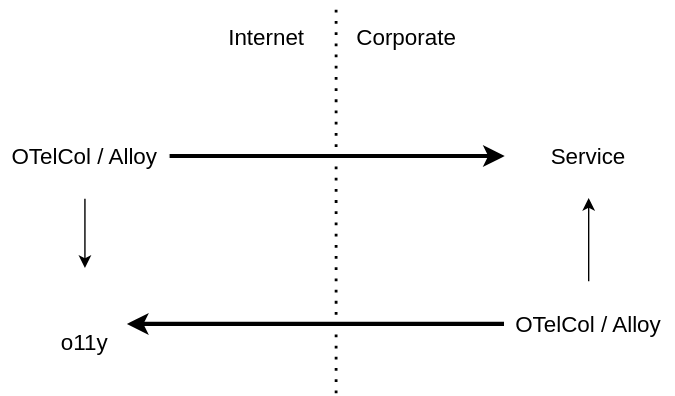
nicholasdille/container-slides keeps this draw.io diagram as 180_observability/030_data/firewall.drawio.svg. Above is the earlier version. Source tidied: cells renumbered, new cells last; positions are measured from the earlier drawing's top-left corner, leaving out a move shared by most shapes. Its diagram source:
```xml
<mxGraphModel>
  <root>
    <mxCell id="0" />
    <mxCell id="1" parent="0" />
    <mxCell id="2" value="Service" style="rounded=1;whiteSpace=wrap;html=1;roundedPerimeter=1;fillColor=none;strokeColor=light-dark(#FFFFFF,#FFFFFF);fontSize=16;" parent="1" vertex="1">
      <mxGeometry x="360" y="80" width="120" height="60" as="geometry" />
    </mxCell>
    <mxCell id="3" value="o11y" style="shape=cylinder3;whiteSpace=wrap;html=1;boundedLbl=1;backgroundOutline=1;size=15;fillColor=none;strokeColor=light-dark(#FFFFFF,#FFFFFF);fontSize=16;" parent="1" vertex="1">
      <mxGeometry x="30" y="190" width="60" height="80" as="geometry" />
    </mxCell>
    <mxCell id="4" style="endArrow=none;dashed=1;html=1;dashPattern=1 3;strokeWidth=2;fontSize=16;" parent="1" edge="1">
      <mxGeometry relative="1" as="geometry">
        <mxPoint x="240" y="280" as="sourcePoint" />
        <mxPoint x="240" as="targetPoint" />
      </mxGeometry>
    </mxCell>
    <mxCell id="5" value="Corporate" style="text;html=1;whiteSpace=wrap;strokeColor=none;fillColor=none;align=center;verticalAlign=middle;rounded=0;fontSize=16;" parent="1" vertex="1">
      <mxGeometry x="260" y="10" width="60" height="30" as="geometry" />
    </mxCell>
    <mxCell id="6" value="Internet" style="text;html=1;whiteSpace=wrap;strokeColor=none;fillColor=none;align=center;verticalAlign=middle;rounded=0;fontSize=16;" parent="1" vertex="1">
      <mxGeometry x="160" y="10" width="60" height="30" as="geometry" />
    </mxCell>
    <mxCell id="7" style="edgeStyle=none;html=1;strokeColor=light-dark(#000000,#FF6666);strokeWidth=3;" parent="1" edge="1" source="9" target="2">
      <mxGeometry relative="1" as="geometry" />
    </mxCell>
    <mxCell id="8" style="edgeStyle=none;html=1;" parent="1" edge="1" source="9" target="3">
      <mxGeometry relative="1" as="geometry" />
    </mxCell>
    <mxCell id="9" value="OTelCol / Alloy" style="rounded=1;whiteSpace=wrap;html=1;roundedPerimeter=1;fillColor=none;strokeColor=light-dark(#FFFFFF,#FFFFFF);fontSize=16;" parent="1" vertex="1">
      <mxGeometry y="80" width="120" height="60" as="geometry" />
    </mxCell>
    <mxCell id="10" style="edgeStyle=none;html=1;" parent="1" edge="1" source="12" target="2">
      <mxGeometry relative="1" as="geometry" />
    </mxCell>
    <mxCell id="11" style="edgeStyle=none;html=1;strokeColor=light-dark(#000000,#66FF66);strokeWidth=3;" parent="1" edge="1" source="12" target="3">
      <mxGeometry relative="1" as="geometry" />
    </mxCell>
    <mxCell id="12" value="OTelCol / Alloy" style="rounded=1;whiteSpace=wrap;html=1;roundedPerimeter=1;fillColor=none;strokeColor=light-dark(#FFFFFF,#FFFFFF);fontSize=16;" parent="1" vertex="1">
      <mxGeometry x="360" y="200" width="120" height="60" as="geometry" />
    </mxCell>
  </root>
</mxGraphModel>
```
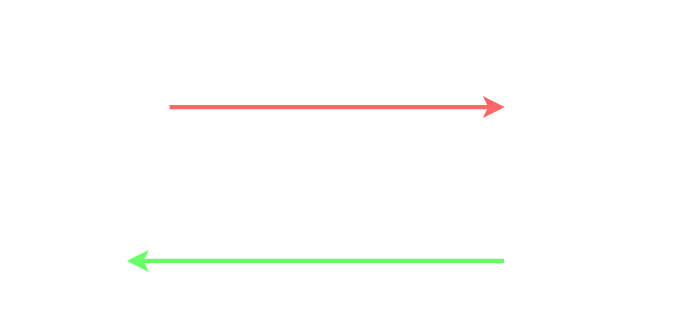
After the change.

Diff of the diagram source:
```diff
@@ -2,41 +2,41 @@
   <root>
     <mxCell id="0" />
     <mxCell id="1" parent="0" />
-    <mxCell id="2" value="Service" style="rounded=1;whiteSpace=wrap;html=1;roundedPerimeter=1;fillColor=none;strokeColor=light-dark(#FFFFFF,#FFFFFF);fontSize=16;" parent="1" vertex="1">
-      <mxGeometry x="360" y="80" width="120" height="60" as="geometry" />
+    <mxCell id="2" value="Service" style="rounded=1;whiteSpace=wrap;html=1;roundedPerimeter=1;fillColor=none;strokeColor=light-dark(#FFFFFF,#FFFFFF);fontSize=16;fontColor=light-dark(#FFFFFF,#FFFFFF);" parent="1" vertex="1">
+      <mxGeometry x="360" y="80" width="120" height="50" as="geometry" />
     </mxCell>
-    <mxCell id="3" value="o11y" style="shape=cylinder3;whiteSpace=wrap;html=1;boundedLbl=1;backgroundOutline=1;size=15;fillColor=none;strokeColor=light-dark(#FFFFFF,#FFFFFF);fontSize=16;" parent="1" vertex="1">
-      <mxGeometry x="30" y="190" width="60" height="80" as="geometry" />
+    <mxCell id="3" value="o11y" style="shape=cylinder3;whiteSpace=wrap;html=1;boundedLbl=1;backgroundOutline=1;size=15;fillColor=none;strokeColor=light-dark(#FFFFFF,#FFFFFF);fontSize=16;fontColor=light-dark(#FFFFFF,#FFFFFF);" parent="1" vertex="1">
+      <mxGeometry x="30" y="180" width="60" height="70" as="geometry" />
     </mxCell>
-    <mxCell id="4" style="endArrow=none;dashed=1;html=1;dashPattern=1 3;strokeWidth=2;fontSize=16;" parent="1" edge="1">
+    <mxCell id="4" style="endArrow=none;dashed=1;html=1;dashPattern=1 3;strokeWidth=2;fontSize=16;fontColor=light-dark(#FFFFFF,#FFFFFF);strokeColor=light-dark(#FFFFFF,#FFFFFF);" parent="1" edge="1">
       <mxGeometry relative="1" as="geometry">
-        <mxPoint x="240" y="280" as="sourcePoint" />
-        <mxPoint x="240" as="targetPoint" />
+        <mxPoint x="240" y="260" as="sourcePoint" />
+        <mxPoint x="240" y="30" as="targetPoint" />
       </mxGeometry>
     </mxCell>
-    <mxCell id="5" value="Corporate" style="text;html=1;whiteSpace=wrap;strokeColor=none;fillColor=none;align=center;verticalAlign=middle;rounded=0;fontSize=16;" parent="1" vertex="1">
-      <mxGeometry x="260" y="10" width="60" height="30" as="geometry" />
+    <mxCell id="5" value="Corporate" style="text;html=1;whiteSpace=wrap;strokeColor=none;fillColor=none;align=center;verticalAlign=middle;rounded=0;fontSize=16;fontColor=light-dark(#FFFFFF,#FFFFFF);" parent="1" vertex="1">
+      <mxGeometry x="260" y="30" width="60" height="30" as="geometry" />
     </mxCell>
-    <mxCell id="6" value="Internet" style="text;html=1;whiteSpace=wrap;strokeColor=none;fillColor=none;align=center;verticalAlign=middle;rounded=0;fontSize=16;" parent="1" vertex="1">
-      <mxGeometry x="160" y="10" width="60" height="30" as="geometry" />
+    <mxCell id="6" value="Internet" style="text;html=1;whiteSpace=wrap;strokeColor=none;fillColor=none;align=center;verticalAlign=middle;rounded=0;fontSize=16;fontColor=light-dark(#FFFFFF,#FFFFFF);" parent="1" vertex="1">
+      <mxGeometry x="160" y="30" width="60" height="30" as="geometry" />
     </mxCell>
-    <mxCell id="7" style="edgeStyle=none;html=1;strokeColor=light-dark(#000000,#FF6666);strokeWidth=3;" parent="1" edge="1" source="9" target="2">
+    <mxCell id="7" style="edgeStyle=none;html=1;strokeColor=light-dark(#FF6666,#FF6666);strokeWidth=3;fontColor=light-dark(#FFFFFF,#FFFFFF);" parent="1" edge="1" source="9" target="2">
       <mxGeometry relative="1" as="geometry" />
     </mxCell>
-    <mxCell id="8" style="edgeStyle=none;html=1;" parent="1" edge="1" source="9" target="3">
+    <mxCell id="8" style="edgeStyle=none;html=1;fontColor=light-dark(#FFFFFF,#FFFFFF);strokeColor=light-dark(#FFFFFF,#FFFFFF);" parent="1" edge="1" source="9" target="3">
       <mxGeometry relative="1" as="geometry" />
     </mxCell>
-    <mxCell id="9" value="OTelCol / Alloy" style="rounded=1;whiteSpace=wrap;html=1;roundedPerimeter=1;fillColor=none;strokeColor=light-dark(#FFFFFF,#FFFFFF);fontSize=16;" parent="1" vertex="1">
-      <mxGeometry y="80" width="120" height="60" as="geometry" />
+    <mxCell id="9" value="Collector" style="rounded=1;whiteSpace=wrap;html=1;roundedPerimeter=1;fillColor=none;strokeColor=light-dark(#FFFFFF,#FFFFFF);fontSize=16;fontColor=light-dark(#FFFFFF,#FFFFFF);" parent="1" vertex="1">
+      <mxGeometry y="80" width="120" height="50" as="geometry" />
     </mxCell>
-    <mxCell id="10" style="edgeStyle=none;html=1;" parent="1" edge="1" source="12" target="2">
+    <mxCell id="10" style="edgeStyle=none;html=1;fontColor=light-dark(#FFFFFF,#FFFFFF);strokeColor=light-dark(#FFFFFF,#FFFFFF);" parent="1" edge="1" source="12" target="2">
       <mxGeometry relative="1" as="geometry" />
     </mxCell>
-    <mxCell id="11" style="edgeStyle=none;html=1;strokeColor=light-dark(#000000,#66FF66);strokeWidth=3;" parent="1" edge="1" source="12" target="3">
+    <mxCell id="11" style="edgeStyle=none;html=1;strokeColor=light-dark(#66FF66,#66FF66);strokeWidth=3;fontColor=light-dark(#FFFFFF,#FFFFFF);" parent="1" edge="1" source="12" target="3">
       <mxGeometry relative="1" as="geometry" />
     </mxCell>
-    <mxCell id="12" value="OTelCol / Alloy" style="rounded=1;whiteSpace=wrap;html=1;roundedPerimeter=1;fillColor=none;strokeColor=light-dark(#FFFFFF,#FFFFFF);fontSize=16;" parent="1" vertex="1">
-      <mxGeometry x="360" y="200" width="120" height="60" as="geometry" />
+    <mxCell id="12" value="Collector" style="rounded=1;whiteSpace=wrap;html=1;roundedPerimeter=1;fillColor=none;strokeColor=light-dark(#FFFFFF,#FFFFFF);fontSize=16;fontColor=light-dark(#FFFFFF,#FFFFFF);" parent="1" vertex="1">
+      <mxGeometry x="360" y="190" width="120" height="50" as="geometry" />
     </mxCell>
   </root>
 </mxGraphModel>
```
